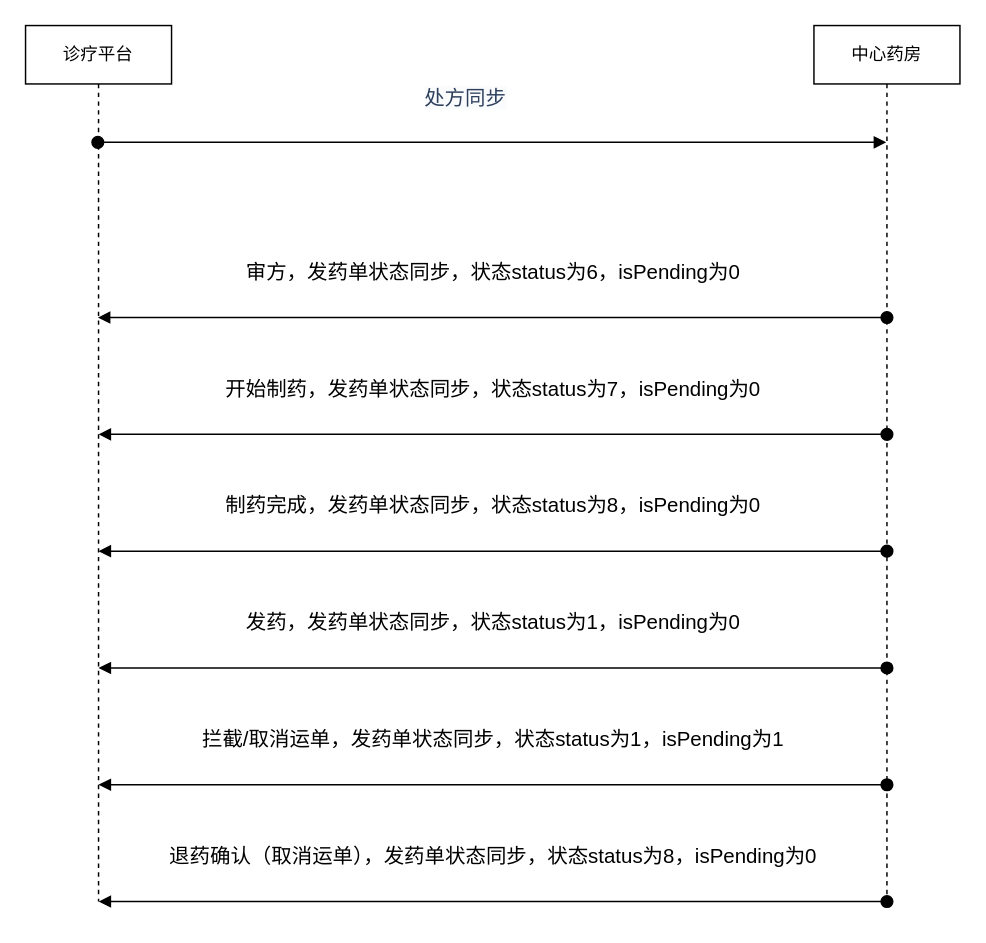
Above: 未命名绘图.drawio in htlp/kdyhis (draw.io), before the change. Source tidied: cells renumbered, new cells numbered last; positions are measured from the earlier drawing's top-left corner, leaving out a move shared by most shapes. Both pictures are drawn from the tidied source at 146%, with x=0, y=0 at pixel (25, 25).
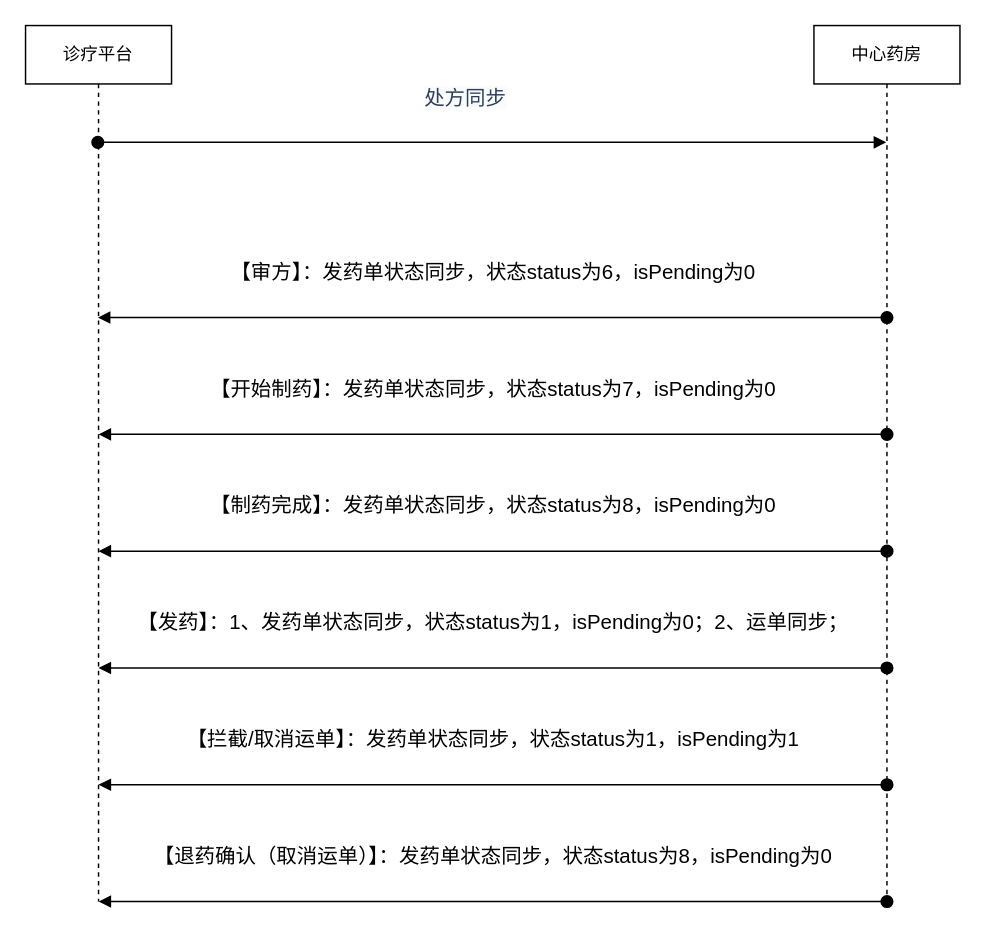
The same diagram, later.

Commit message:
中心药房拦截运单流程.drawio

Diff of the diagram source:
```diff
@@
 <mxGraphModel>
   <root>
     <mxCell id="0" />
     <mxCell id="1" parent="0" />
     <mxCell id="2" value="诊疗平台" style="shape=umlLifeline;perimeter=lifelinePerimeter;whiteSpace=wrap;html=1;outlineConnect=0;portConstraint=eastwest;newEdgeStyle={&quot;curved&quot;:0,&quot;rounded&quot;:0};" parent="1" vertex="1">
       <mxGeometry width="100" height="600" as="geometry" />
     </mxCell>
     <mxCell id="3" value="中心药房" style="shape=umlLifeline;perimeter=lifelinePerimeter;whiteSpace=wrap;html=1;newEdgeStyle={&quot;curved&quot;:0,&quot;rounded&quot;:0};" parent="1" vertex="1">
       <mxGeometry x="540" width="100" height="600" as="geometry" />
     </mxCell>
     <mxCell id="4" value="&lt;span style=&quot;color: rgb(46, 64, 94); font-family: &amp;quot;Helvetica Neue&amp;quot;, &amp;quot;Luxi Sans&amp;quot;, &amp;quot;DejaVu Sans&amp;quot;, &amp;quot;Hiragino Sans GB&amp;quot;, &amp;quot;Microsoft Yahei&amp;quot;, sans-serif, &amp;quot;Apple Color Emoji&amp;quot;, &amp;quot;Segoe UI Emoji&amp;quot;, &amp;quot;Noto Color Emoji&amp;quot;, &amp;quot;Segoe UI Symbol&amp;quot;, &amp;quot;Android Emoji&amp;quot;, EmojiSymbols; font-variant-ligatures: no-common-ligatures; text-align: left; white-space-collapse: preserve; background-color: rgb(250, 251, 252);&quot;&gt;&lt;font style=&quot;font-size: 14px;&quot;&gt;处方同步&lt;/font&gt;&lt;/span&gt;" style="html=1;verticalAlign=bottom;startArrow=oval;startFill=1;endArrow=block;startSize=8;curved=0;rounded=0;" parent="1" edge="1">
       <mxGeometry x="-0.07" y="20" relative="1" as="geometry">
         <mxPoint x="49.5" y="80" as="sourcePoint" />
         <mxPoint x="589.5" y="80" as="targetPoint" />
         <Array as="points">
           <mxPoint x="560" y="80" />
         </Array>
       </mxGeometry>
     </mxCell>
-    <mxCell id="5" value="&lt;font style=&quot;font-size: 14px;&quot;&gt;审方，发药单状态同步，状态status为6，isPending为0&lt;/font&gt;" style="html=1;verticalAlign=bottom;startArrow=oval;startFill=1;endArrow=block;startSize=8;curved=0;rounded=0;" parent="1" edge="1" target="2">
+    <mxCell id="5" value="&lt;font style=&quot;font-size: 14px;&quot;&gt;【审方】：发药单状态同步，状态status为6，isPending为0&lt;/font&gt;" style="html=1;verticalAlign=bottom;startArrow=oval;startFill=1;endArrow=block;startSize=8;curved=0;rounded=0;" parent="1" edge="1" target="2">
       <mxGeometry y="-20" relative="1" as="geometry">
         <mxPoint x="590" y="200" as="sourcePoint" />
       </mxGeometry>
     </mxCell>
-    <mxCell id="6" value="&lt;font style=&quot;font-size: 14px;&quot;&gt;开始制药，发药单状态同步&lt;/font&gt;&lt;span style=&quot;font-size: 14px;&quot;&gt;，状态status为7，isPending为0&lt;/span&gt;" style="html=1;verticalAlign=bottom;startArrow=oval;startFill=1;endArrow=block;startSize=8;curved=0;rounded=0;" parent="1" edge="1">
+    <mxCell id="6" value="&lt;font style=&quot;font-size: 14px;&quot;&gt;【开始制药】：发药单状态同步&lt;/font&gt;&lt;span style=&quot;font-size: 14px;&quot;&gt;，状态status为7，isPending为0&lt;/span&gt;" style="html=1;verticalAlign=bottom;startArrow=oval;startFill=1;endArrow=block;startSize=8;curved=0;rounded=0;" parent="1" edge="1">
       <mxGeometry y="-20" relative="1" as="geometry">
         <mxPoint x="590" y="280" as="sourcePoint" />
         <mxPoint x="50" y="280" as="targetPoint" />
       </mxGeometry>
     </mxCell>
-    <mxCell id="7" value="&lt;font style=&quot;font-size: 14px;&quot;&gt;制药完成，发药单状态同步&lt;/font&gt;&lt;span style=&quot;font-size: 14px;&quot;&gt;，状态status为8，isPending为0&lt;/span&gt;" style="html=1;verticalAlign=bottom;startArrow=oval;startFill=1;endArrow=block;startSize=8;curved=0;rounded=0;" parent="1" edge="1">
+    <mxCell id="7" value="&lt;font style=&quot;font-size: 14px;&quot;&gt;【制药完成】：发药单状态同步&lt;/font&gt;&lt;span style=&quot;font-size: 14px;&quot;&gt;，状态status为8，isPending为0&lt;/span&gt;" style="html=1;verticalAlign=bottom;startArrow=oval;startFill=1;endArrow=block;startSize=8;curved=0;rounded=0;" parent="1" edge="1">
       <mxGeometry y="-20" relative="1" as="geometry">
         <mxPoint x="590" y="360" as="sourcePoint" />
         <mxPoint x="50" y="360" as="targetPoint" />
       </mxGeometry>
     </mxCell>
-    <mxCell id="8" value="&lt;font style=&quot;font-size: 14px;&quot;&gt;发药，发药单状态同步&lt;/font&gt;&lt;span style=&quot;font-size: 14px;&quot;&gt;，状态status为1，isPending为0&lt;/span&gt;" style="html=1;verticalAlign=bottom;startArrow=oval;startFill=1;endArrow=block;startSize=8;curved=0;rounded=0;" parent="1" edge="1">
+    <mxCell id="8" value="&lt;font style=&quot;font-size: 14px;&quot;&gt;【发药】：1、发药单状态同步&lt;/font&gt;&lt;span style=&quot;font-size: 14px;&quot;&gt;，状态status为1，isPending为0；&lt;/span&gt;&lt;span style=&quot;background-color: light-dark(#ffffff, var(--ge-dark-color, #121212)); color: light-dark(rgb(0, 0, 0), rgb(255, 255, 255)); font-size: 14px;&quot;&gt;2、&lt;/span&gt;&lt;span style=&quot;color: light-dark(rgb(0, 0, 0), rgb(255, 255, 255)); background-color: light-dark(#ffffff, var(--ge-dark-color, #121212)); font-size: 14px;&quot;&gt;运单同步；&lt;/span&gt;" style="html=1;verticalAlign=bottom;startArrow=oval;startFill=1;endArrow=block;startSize=8;curved=0;rounded=0;" parent="1" edge="1">
       <mxGeometry y="-20" relative="1" as="geometry">
         <mxPoint x="590" y="440" as="sourcePoint" />
         <mxPoint x="50" y="440" as="targetPoint" />
       </mxGeometry>
     </mxCell>
-    <mxCell id="9" value="&lt;font style=&quot;font-size: 14px;&quot;&gt;拦截/取消运单，发药单状态同步&lt;/font&gt;&lt;span style=&quot;font-size: 14px;&quot;&gt;，状态status为1，isPending为1&lt;/span&gt;" style="html=1;verticalAlign=bottom;startArrow=oval;startFill=1;endArrow=block;startSize=8;curved=0;rounded=0;" parent="1" edge="1">
+    <mxCell id="9" value="&lt;font style=&quot;font-size: 14px;&quot;&gt;【拦截/取消运单】：发药单状态同步&lt;/font&gt;&lt;span style=&quot;font-size: 14px;&quot;&gt;，状态status为1，isPending为1&lt;/span&gt;" style="html=1;verticalAlign=bottom;startArrow=oval;startFill=1;endArrow=block;startSize=8;curved=0;rounded=0;" parent="1" edge="1">
       <mxGeometry y="-20" relative="1" as="geometry">
         <mxPoint x="590" y="520" as="sourcePoint" />
         <mxPoint x="50" y="520" as="targetPoint" />
       </mxGeometry>
     </mxCell>
-    <mxCell id="10" value="&lt;font style=&quot;font-size: 14px;&quot;&gt;退药确认（取消运单），发药单状态同步&lt;/font&gt;&lt;span style=&quot;font-size: 14px;&quot;&gt;，状态status为8，isPending为0&lt;/span&gt;" style="html=1;verticalAlign=bottom;startArrow=oval;startFill=1;endArrow=block;startSize=8;curved=0;rounded=0;" parent="1" edge="1">
+    <mxCell id="10" value="&lt;font style=&quot;font-size: 14px;&quot;&gt;【退药确认（取消运单）】：发药单状态同步&lt;/font&gt;&lt;span style=&quot;font-size: 14px;&quot;&gt;，状态status为8，isPending为0&lt;/span&gt;" style="html=1;verticalAlign=bottom;startArrow=oval;startFill=1;endArrow=block;startSize=8;curved=0;rounded=0;" parent="1" edge="1">
       <mxGeometry y="-20" relative="1" as="geometry">
         <mxPoint x="590" y="600" as="sourcePoint" />
         <mxPoint x="50" y="600" as="targetPoint" />
       </mxGeometry>
     </mxCell>
   </root>
 </mxGraphModel>
```
